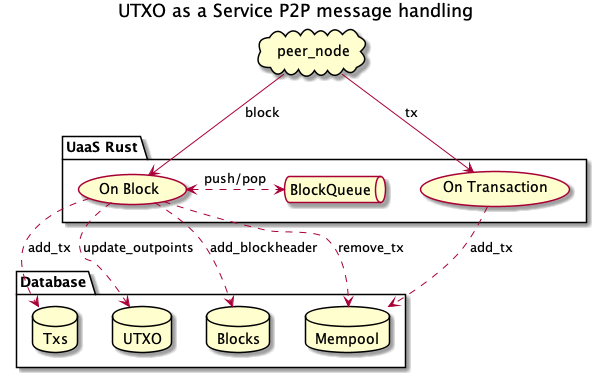
This is docs/diagrams/usecase.png from nchain-innovation/utxo-as-a-service, a PlantUML export, as it was before one commit.
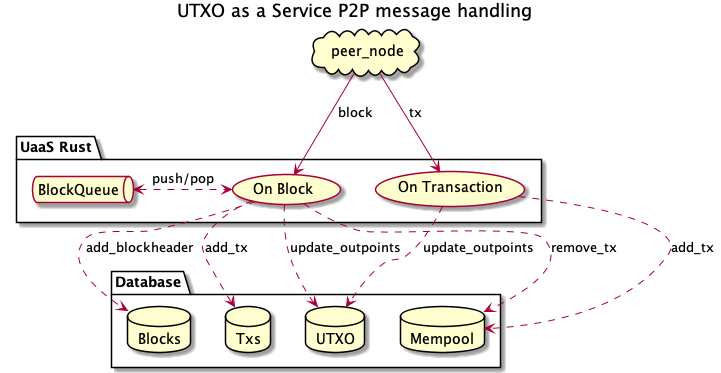
The same diagram one commit later.

Commit message:
Add mempool to utxo

What changed in the source:
```diff
@@ -18,6 +18,7 @@
     pn -down-> (On Transaction) :tx
 
     (On Transaction) .down.> (Mempool): add_tx
+    (On Transaction) .down.> (UTXO): update_outpoints
 
     pn -down-> (On Block) :block
 
@@ -27,7 +28,7 @@
 
     (On Block) .down.> (Blocks): add_blockheader
 
-    (On Block) <.right.> BlockQueue: push/pop
+    (On Block) <.left.> BlockQueue: push/pop
 
 }
 
```
